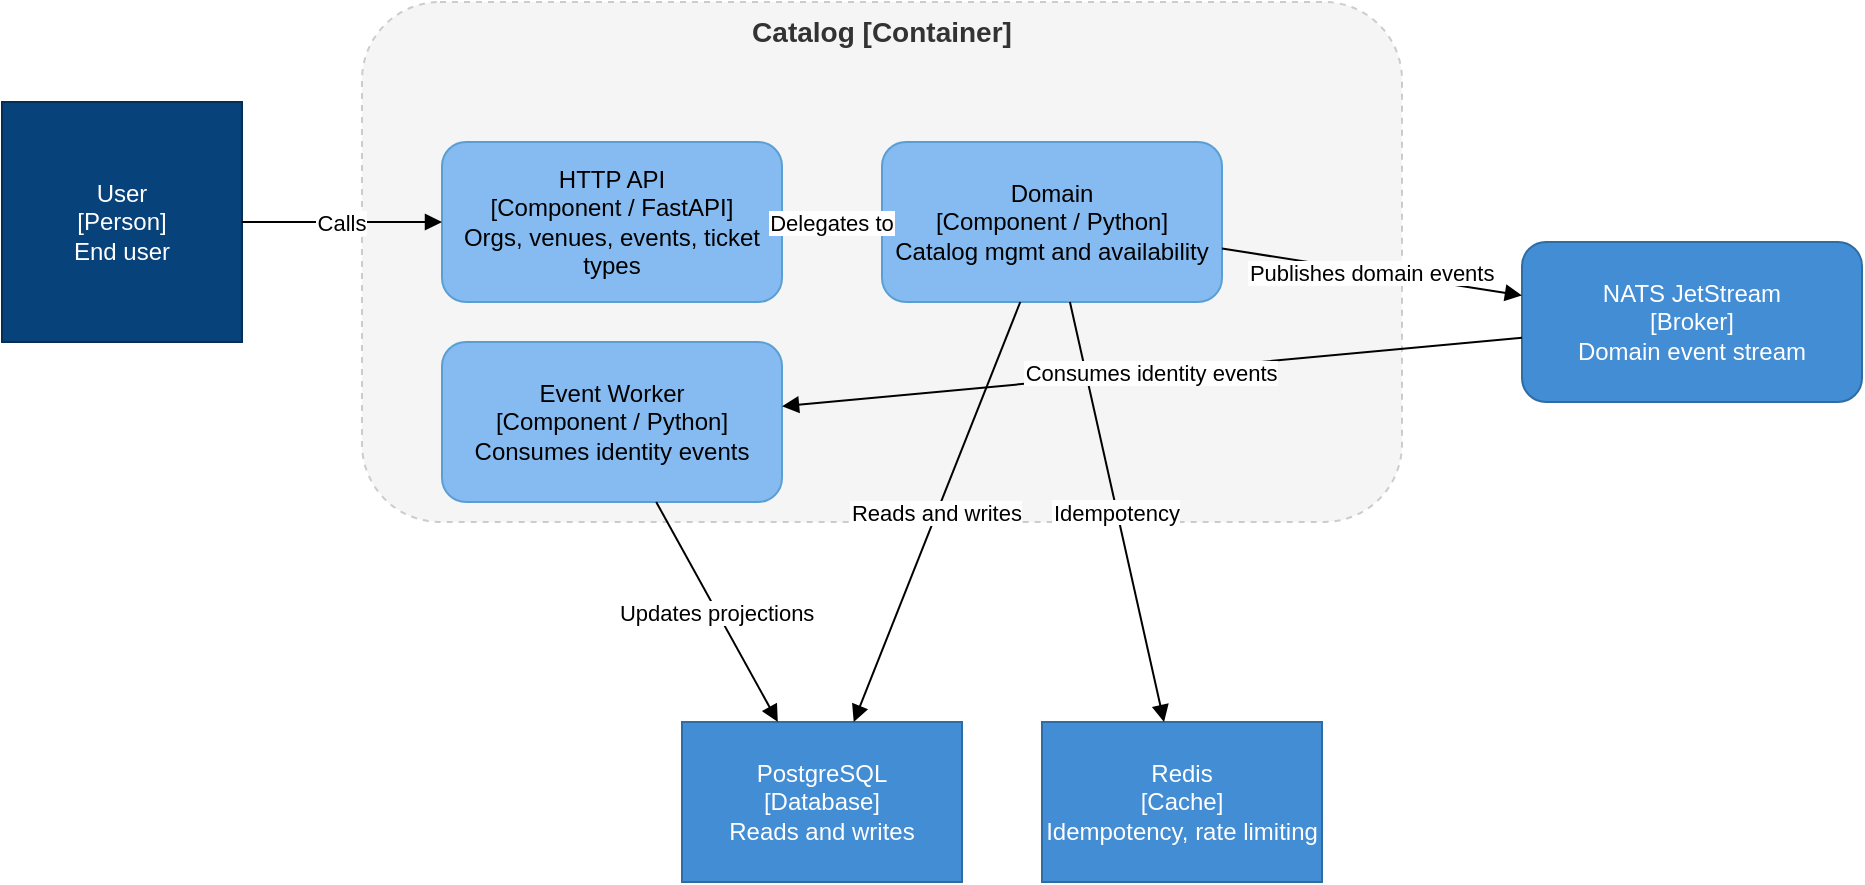
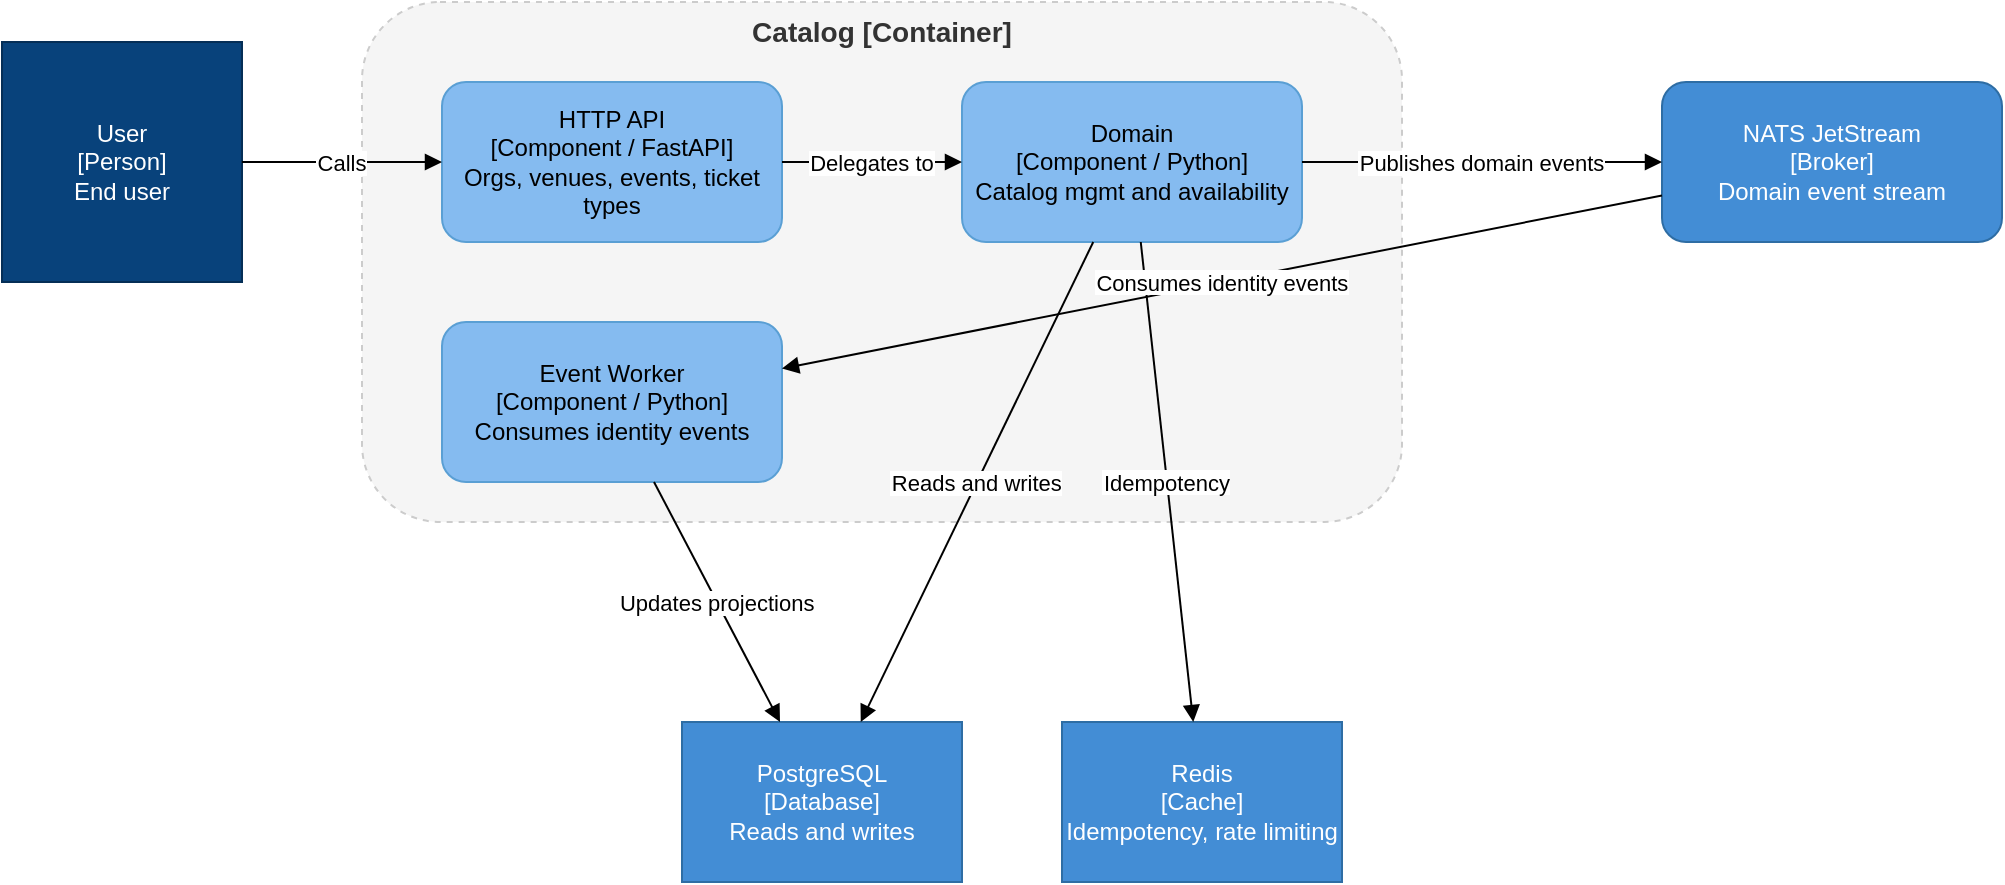
<mxfile host="embed.diagrams.net">
  <diagram name="C4 Level 3 - Catalog" id="c4-component-catalog">
-     <mxGraphModel dx="1398" dy="474" grid="1" gridSize="10" guides="1" tooltips="1" connect="1" arrows="1" fold="1" page="1" pageScale="1" pageWidth="1169" pageHeight="827" math="0" shadow="0">
+     <mxGraphModel dx="957" dy="473" grid="1" gridSize="10" guides="1" tooltips="1" connect="1" arrows="1" fold="1" page="1" pageScale="1" pageWidth="1169" pageHeight="827" math="0" shadow="0">
      <root>
        <mxCell id="0" />
        <mxCell id="1" parent="0" />
        <mxCell id="2" html="0" parent="1" style="rounded=1;dashed=1;fillColor=#f5f5f5;strokeColor=#cccccc;fontSize=14;fontStyle=1;fontColor=#333333;verticalAlign=top;html=0;" value="Catalog [Container]" vertex="1">
          <mxGeometry height="260" width="520" x="220" y="60" as="geometry" />
        </mxCell>
        <mxCell id="3" html="0" parent="1" style="shape=mxgraph.basic.person;whiteSpace=wrap;fillColor=#08427B;fontColor=#ffffff;strokeColor=#052e56;fontSize=12;html=0;" value="User&#xa;[Person]&#xa;End user" vertex="1">
-           <mxGeometry height="120" width="120" x="40" y="110" as="geometry" />
+           <mxGeometry height="120" width="120" x="40" y="80" as="geometry" />
        </mxCell>
        <mxCell id="4" html="0" parent="1" style="rounded=1;whiteSpace=wrap;fillColor=#85BBF0;fontColor=#000000;strokeColor=#5a9fd4;fontSize=12;html=0;" value="HTTP API&#xa;[Component / FastAPI]&#xa;Orgs, venues, events, ticket types" vertex="1">
-           <mxGeometry height="80" width="170" x="260" y="130" as="geometry" />
+           <mxGeometry height="80" width="170" x="260" y="100" as="geometry" />
        </mxCell>
        <mxCell id="5" html="0" parent="1" style="rounded=1;whiteSpace=wrap;fillColor=#85BBF0;fontColor=#000000;strokeColor=#5a9fd4;fontSize=12;html=0;" value="Domain&#xa;[Component / Python]&#xa;Catalog mgmt and availability" vertex="1">
-           <mxGeometry height="80" width="170" x="480" y="130" as="geometry" />
+           <mxGeometry height="80" width="170" x="520" y="100" as="geometry" />
        </mxCell>
        <mxCell id="6" html="0" parent="1" style="rounded=1;whiteSpace=wrap;fillColor=#85BBF0;fontColor=#000000;strokeColor=#5a9fd4;fontSize=12;html=0;" value="Event Worker&#xa;[Component / Python]&#xa;Consumes identity events" vertex="1">
-           <mxGeometry height="80" width="170" x="260" y="230" as="geometry" />
+           <mxGeometry height="80" width="170" x="260" y="220" as="geometry" />
        </mxCell>
        <mxCell id="7" html="0" parent="1" style="shape=mxgraph.basic.cylinder3;whiteSpace=wrap;fillColor=#438DD5;fontColor=#ffffff;strokeColor=#2e6da4;fontSize=12;html=0;" value="PostgreSQL&#xa;[Database]&#xa;Reads and writes" vertex="1">
          <mxGeometry height="80" width="140" x="380" y="420" as="geometry" />
        </mxCell>
        <mxCell id="8" html="0" parent="1" style="rounded=1;whiteSpace=wrap;fillColor=#438DD5;fontColor=#ffffff;strokeColor=#2e6da4;fontSize=12;html=0;" value="NATS JetStream&#xa;[Broker]&#xa;Domain event stream" vertex="1">
-           <mxGeometry height="80" width="170" x="800" y="180" as="geometry" />
+           <mxGeometry height="80" width="170" x="870" y="100" as="geometry" />
        </mxCell>
        <mxCell id="9" html="0" parent="1" style="shape=mxgraph.basic.cylinder3;whiteSpace=wrap;fillColor=#438DD5;fontColor=#ffffff;strokeColor=#2e6da4;fontSize=12;html=0;" value="Redis&#xa;[Cache]&#xa;Idempotency, rate limiting" vertex="1">
-           <mxGeometry height="80" width="140" x="560" y="420" as="geometry" />
+           <mxGeometry height="80" width="140" x="570" y="420" as="geometry" />
        </mxCell>
        <mxCell id="10" edge="1" html="0" parent="1" source="3" style="endArrow=block;endFill=1;fontSize=11;html=0;" target="4" value="Calls">
          <mxGeometry relative="1" as="geometry" />
        </mxCell>
        <mxCell id="11" edge="1" html="0" parent="1" source="4" style="endArrow=block;endFill=1;fontSize=11;html=0;" target="5" value="Delegates to">
          <mxGeometry relative="1" as="geometry" />
        </mxCell>
        <mxCell id="12" edge="1" html="0" parent="1" source="5" style="endArrow=block;endFill=1;fontSize=11;html=0;" target="7" value="Reads and writes">
          <mxGeometry relative="1" as="geometry" />
        </mxCell>
        <mxCell id="13" edge="1" html="0" parent="1" source="5" style="endArrow=block;endFill=1;fontSize=11;html=0;" target="8" value="Publishes domain events">
          <mxGeometry relative="1" as="geometry" />
        </mxCell>
        <mxCell id="14" edge="1" html="0" parent="1" source="5" style="endArrow=block;endFill=1;fontSize=11;html=0;" target="9" value="Idempotency">
          <mxGeometry relative="1" as="geometry" />
        </mxCell>
        <mxCell id="15" edge="1" html="0" parent="1" source="8" style="endArrow=block;endFill=1;fontSize=11;html=0;" target="6" value="Consumes identity events">
          <mxGeometry relative="1" as="geometry" />
        </mxCell>
        <mxCell id="16" edge="1" html="0" parent="1" source="6" style="endArrow=block;endFill=1;fontSize=11;html=0;" target="7" value="Updates projections">
          <mxGeometry relative="1" as="geometry" />
        </mxCell>
      </root>
    </mxGraphModel>
  </diagram>
</mxfile>
